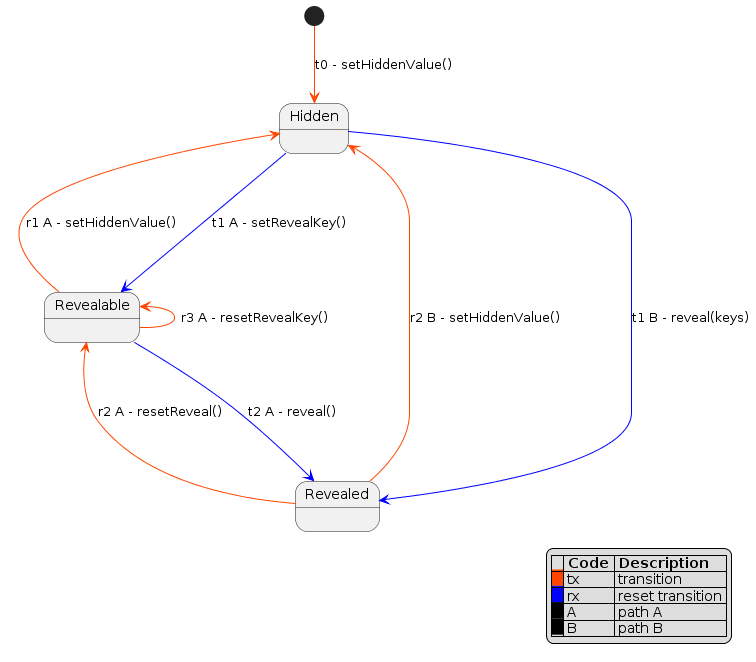
The PlantUML diagram docs/Revealable_states_details.png in bortch/Revealable, before a commit.
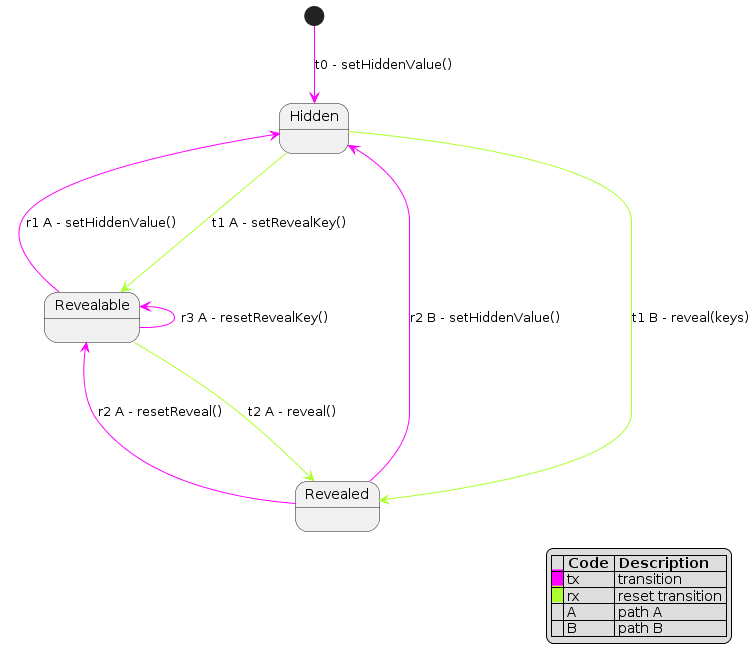
Later version of the same file.

The edit, as a diff of the source:
```diff
@@ -1,17 +1,18 @@
 @startuml
-[*] -[#OrangeRed]-> Hidden: t0 - setHiddenValue()
-Hidden -[#Blue]--> Revealable: t1 A - setRevealKey()
-Revealable -[#Blue]--> Revealed: t2 A - reveal()
-Hidden <-[#OrangeRed]- Revealable: r1 A - setHiddenValue()
-Revealable <-[#OrangeRed]- Revealable: r3 A - resetRevealKey()
-Revealable <-[#OrangeRed]- Revealed: r2 A - resetReveal()
-Hidden -[#Blue]-> Revealed : t1 B - reveal(keys)
-Hidden <-[#OrangeRed]- Revealed: r2 B - setHiddenValue()
+
+[*] -[#Fuchsia]-> Hidden: t0 - setHiddenValue()
+Hidden -[#GreenYellow]--> Revealable: t1 A - setRevealKey()
+Revealable -[#GreenYellow]--> Revealed: t2 A - reveal()
+Hidden <-[#Fuchsia]- Revealable: r1 A - setHiddenValue()
+Revealable <-[#Fuchsia]- Revealable: r3 A - resetRevealKey()
+Revealable <-[#Fuchsia]- Revealed: r2 A - resetReveal()
+Hidden -[#GreenYellow]-> Revealed : t1 B - reveal(keys)
+Hidden <-[#Fuchsia]- Revealed: r2 B - setHiddenValue()
 legend right
 |= |= Code |= Description |
-|<back:#OrangeRed>   </back>| tx | transition  |
-|<back:#Blue>   </back>| rx | reset transition |
-|<back:#Black>   </back>| A   | path A           |
-|<back:#Black>   </back>| B   | path B           |
+|<back:#Fuchsia>   </back>| tx | transition  |
+|<back:#GreenYellow>   </back>| rx | reset transition |
+|   | A   | path A           |
+|   | B   | path B           |
 endlegend
 @enduml
```
